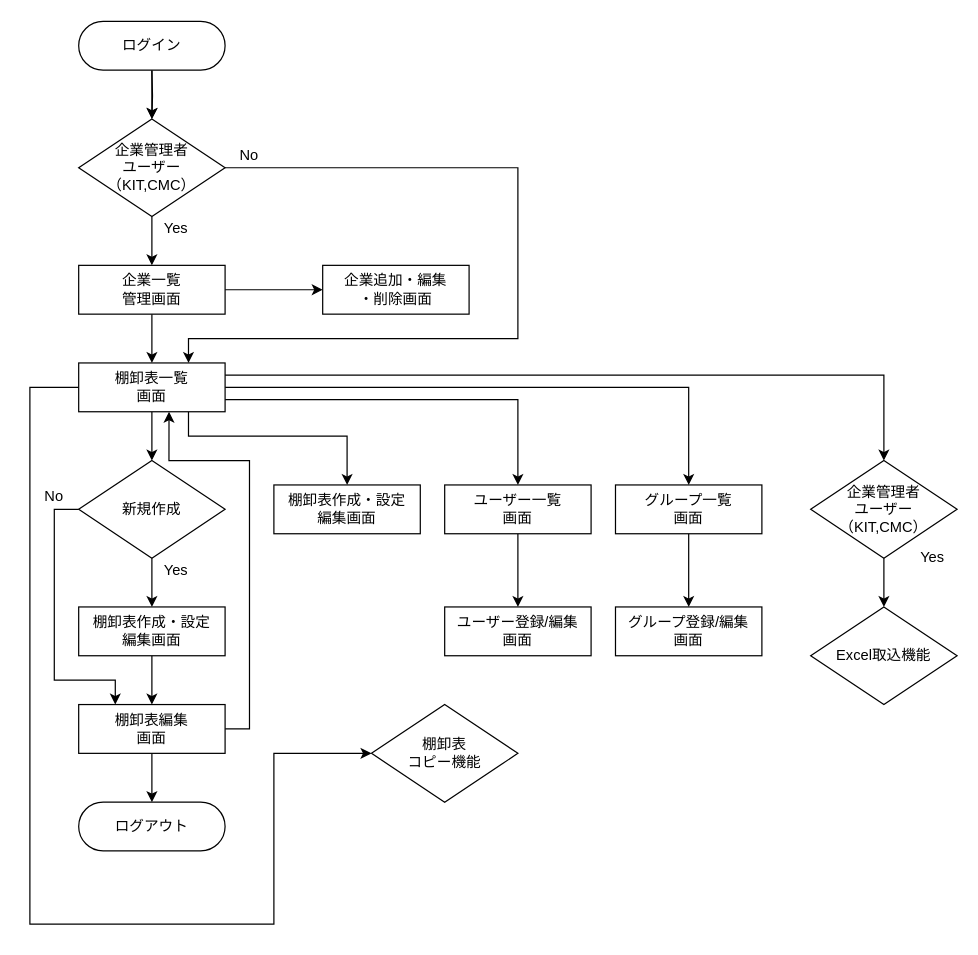
Earlier version of the draw.io diagram 名称未設定ファイル.drawio (yokokawa2625/test_bpm2). Source tidied: cells renumbered, new cells numbered last; positions are measured from the earlier drawing's top-left corner, leaving out a move shared by most shapes. Both pictures are drawn from the tidied source at 122%, with x=0, y=0 at pixel (29, 21).
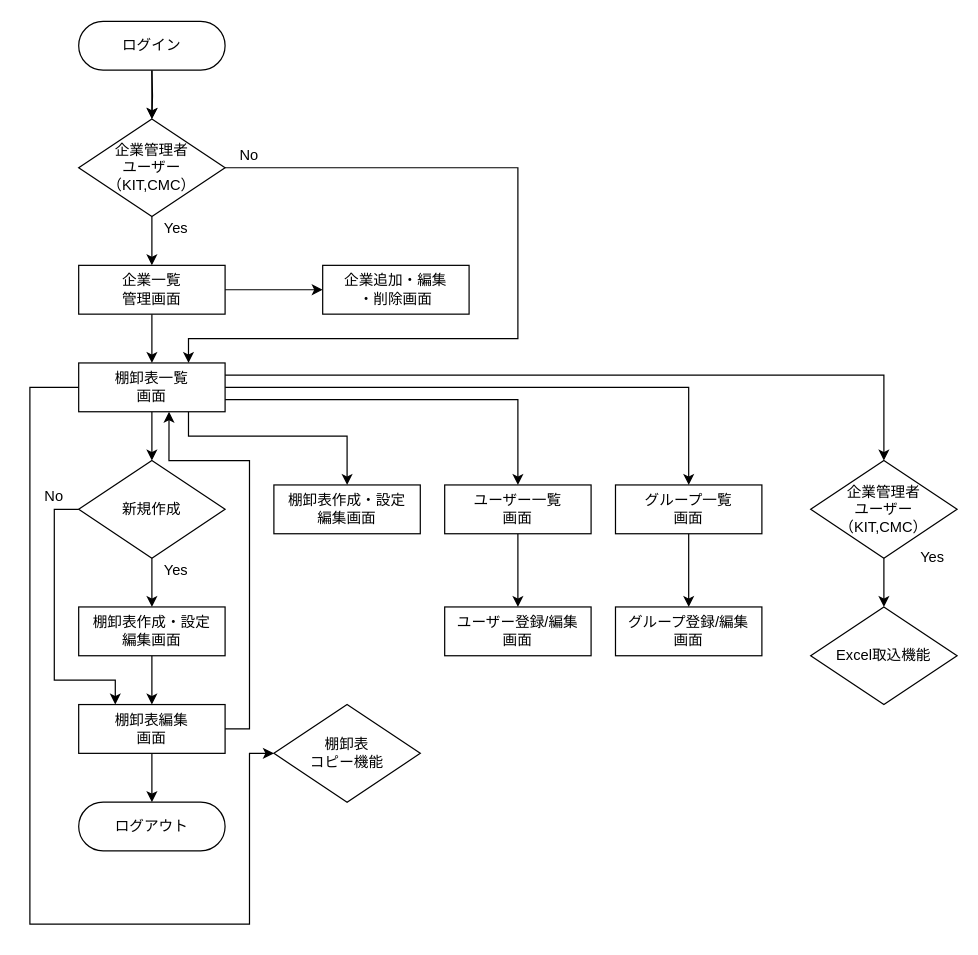
The same diagram, later.

Commit message:
Update 名称未設定ファイル.drawio

The change refers to these unchanged cells:
```xml
<mxCell id="12" value="棚卸表一覧&lt;br&gt;画面" style="rounded=0;whiteSpace=wrap;html=1;" parent="1" vertex="1">
  <mxGeometry x="40" y="280" width="120" height="40" as="geometry" />
</mxCell>
```

The edit, as a diff of the source:
```diff
@@
-    <mxCell id="11" style="edgeStyle=orthogonalEdgeStyle;rounded=0;jettySize=auto;html=1;" parent="1" edge="1" source="12">
+    <mxCell id="11" style="edgeStyle=orthogonalEdgeStyle;rounded=0;jettySize=auto;html=1;entryX=0;entryY=0.5;entryDx=0;entryDy=0;" parent="1" edge="1" source="12" target="44">
       <mxGeometry relative="1" as="geometry">
-        <mxPoint x="280" y="600" as="targetPoint" />
         <Array as="points">
           <mxPoint y="300" />
           <mxPoint y="740" />
-          <mxPoint x="200" y="740" />
-          <mxPoint x="200" y="600" />
-          <mxPoint x="280" y="600" />
+          <mxPoint x="180" y="740" />
+          <mxPoint x="180" y="600" />
         </Array>
       </mxGeometry>
     </mxCell>
@@
     <mxCell id="44" value="棚卸表&lt;br&gt;コピー機能" style="rhombus;whiteSpace=wrap;html=1;" parent="1" vertex="1">
-      <mxGeometry x="280" y="560" width="120" height="80" as="geometry" />
+      <mxGeometry x="200" y="560" width="120" height="80" as="geometry" />
     </mxCell>
```
